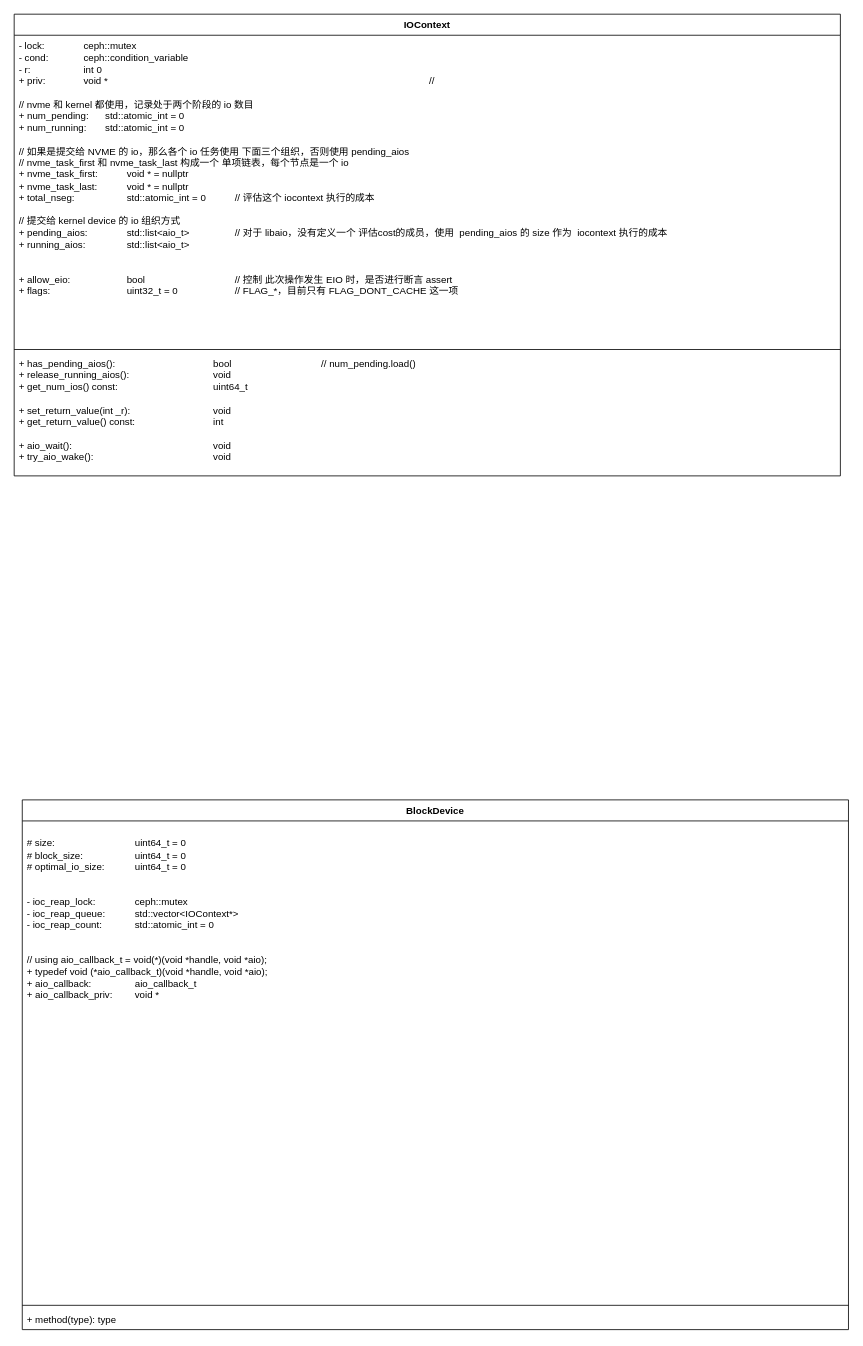
Before: BlockDevice.drawio in 1253757553/drawIO, a draw.io diagram. Source tidied: cells renumbered, new cells numbered last; positions are measured from the earlier drawing's top-left corner, leaving out a move shared by most shapes. Both pictures are drawn from the tidied source at 81%, with x=0, y=0 at pixel (14, 14).
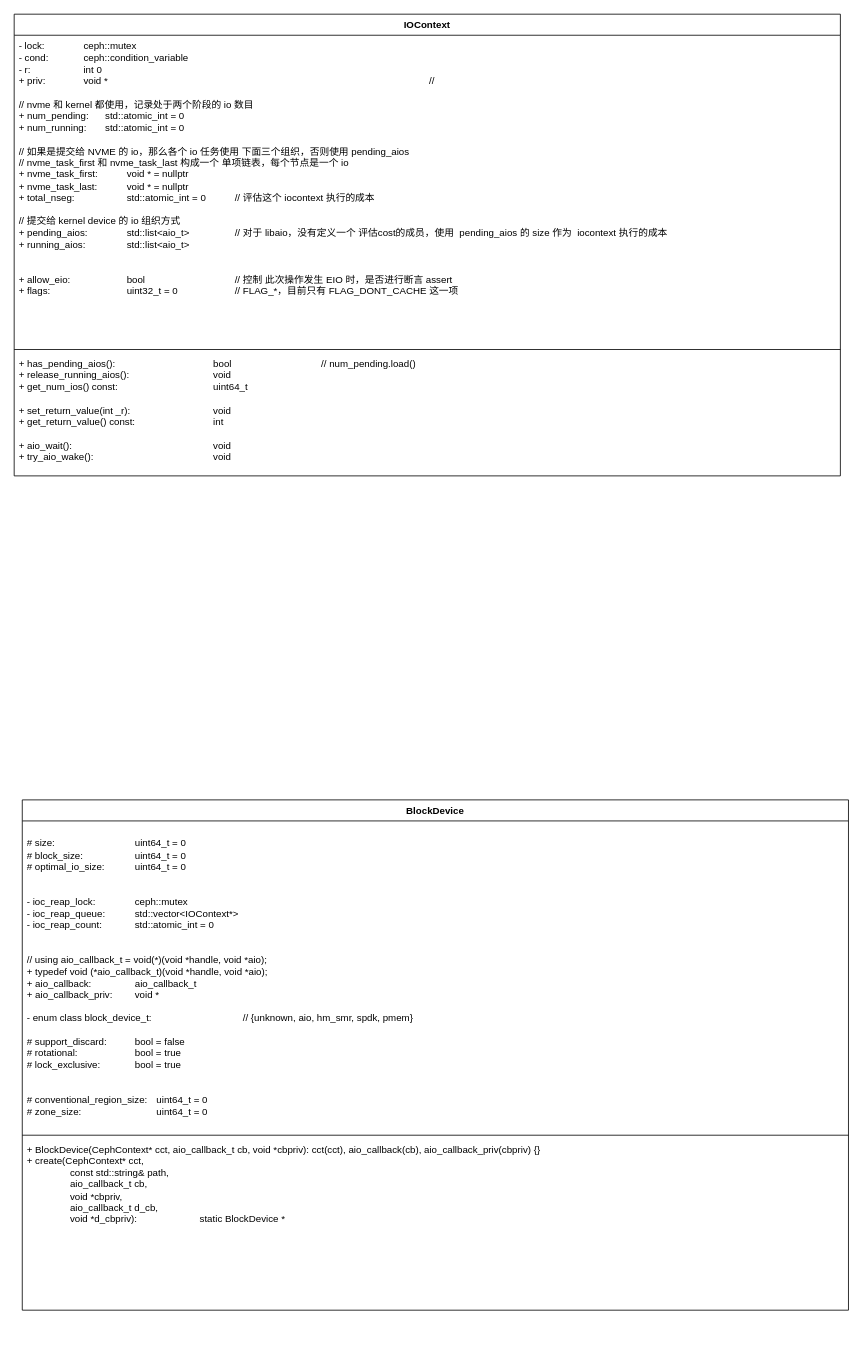
After the change.

The edit, as a diff of the source:
```diff
@@
     <mxCell id="6" value="BlockDevice" style="swimlane;fontStyle=1;align=center;verticalAlign=top;horizontal=1;startSize=26;whiteSpace=wrap;html=1;" parent="1" vertex="1">
-      <mxGeometry x="10" y="970" width="1020" height="654" as="geometry" />
+      <mxGeometry x="10" y="970" width="1020" height="630" as="geometry" />
     </mxCell>
-    <mxCell id="7" value="&lt;div&gt;&lt;br&gt;&lt;/div&gt;&lt;div&gt;&lt;div&gt;#&amp;nbsp;size:&lt;span style=&quot;white-space: pre;&quot;&gt;&#9;&lt;/span&gt;&lt;span style=&quot;white-space: pre;&quot;&gt;&#9;&lt;/span&gt;&lt;span style=&quot;white-space: pre;&quot;&gt;&#9;&lt;/span&gt;&lt;span style=&quot;white-space: pre;&quot;&gt;&#9;&lt;/span&gt;&lt;span style=&quot;background-color: initial;&quot;&gt;uint64_t = 0&lt;/span&gt;&lt;/div&gt;&lt;div&gt;&lt;span style=&quot;background-color: initial;&quot;&gt;#&amp;nbsp;&lt;/span&gt;&lt;span style=&quot;background-color: initial;&quot;&gt;block_size:&lt;span style=&quot;white-space: pre;&quot;&gt;&#9;&lt;/span&gt;&lt;span style=&quot;white-space: pre;&quot;&gt;&#9;&lt;/span&gt;&lt;span style=&quot;white-space: pre;&quot;&gt;&#9;&lt;/span&gt;&lt;/span&gt;&lt;span style=&quot;background-color: initial;&quot;&gt;uint64_t = 0&lt;/span&gt;&lt;/div&gt;&lt;div&gt;&lt;span style=&quot;background-color: initial;&quot;&gt;#&amp;nbsp;&lt;/span&gt;&lt;span style=&quot;background-color: initial;&quot;&gt;optimal_io_size:&lt;span style=&quot;white-space: pre;&quot;&gt;&#9;&lt;/span&gt;&lt;span style=&quot;white-space: pre;&quot;&gt;&#9;&lt;/span&gt;&lt;/span&gt;&lt;span style=&quot;background-color: initial;&quot;&gt;uint64_t = 0&lt;/span&gt;&lt;/div&gt;&lt;div&gt;&lt;span style=&quot;background-color: initial;&quot;&gt;&lt;br&gt;&lt;/span&gt;&lt;/div&gt;&lt;div&gt;&lt;span style=&quot;background-color: initial;&quot;&gt;&lt;br&gt;&lt;/span&gt;&lt;/div&gt;&lt;div&gt;&lt;span style=&quot;background-color: initial;&quot;&gt;-&amp;nbsp;&lt;/span&gt;&lt;span style=&quot;background-color: initial;&quot;&gt;ioc_reap_lock:&lt;span style=&quot;white-space: pre;&quot;&gt;&#9;&lt;/span&gt;&lt;span style=&quot;white-space: pre;&quot;&gt;&#9;&lt;/span&gt;&lt;/span&gt;&lt;span style=&quot;background-color: initial;&quot;&gt;ceph::mutex&lt;/span&gt;&lt;/div&gt;&lt;div&gt;&lt;span style=&quot;background-color: initial;&quot;&gt;-&amp;nbsp;&lt;/span&gt;&lt;span style=&quot;background-color: initial;&quot;&gt;ioc_reap_queue:&lt;span style=&quot;white-space: pre;&quot;&gt;&#9;&lt;/span&gt;&lt;span style=&quot;white-space: pre;&quot;&gt;&#9;&lt;/span&gt;&lt;/span&gt;&lt;span style=&quot;background-color: initial;&quot;&gt;std::vector&amp;lt;IOContext*&amp;gt;&lt;/span&gt;&lt;/div&gt;&lt;div&gt;&lt;span style=&quot;background-color: initial;&quot;&gt;-&amp;nbsp;&lt;/span&gt;&lt;span style=&quot;background-color: initial;&quot;&gt;ioc_reap_count:&lt;span style=&quot;white-space: pre;&quot;&gt;&#9;&lt;/span&gt;&lt;span style=&quot;white-space: pre;&quot;&gt;&#9;&lt;/span&gt;&lt;/span&gt;&lt;span style=&quot;background-color: initial;&quot;&gt;std::atomic_int = 0&lt;/span&gt;&lt;/div&gt;&lt;/div&gt;&lt;div&gt;&lt;span style=&quot;background-color: initial;&quot;&gt;&lt;br&gt;&lt;/span&gt;&lt;/div&gt;&lt;div&gt;&lt;span style=&quot;background-color: initial;&quot;&gt;&lt;br&gt;&lt;/span&gt;&lt;/div&gt;&lt;div&gt;&lt;div&gt;// using&amp;nbsp;&lt;span style=&quot;background-color: initial;&quot;&gt;aio_callback_t = void(*)&lt;/span&gt;&lt;span style=&quot;background-color: initial;&quot;&gt;(void *handle, void *aio);&lt;/span&gt;&lt;/div&gt;+ typedef void (*aio_callback_t)(void *handle, void *aio);&lt;div&gt;+&amp;nbsp;aio_callback:&lt;span style=&quot;white-space: pre;&quot;&gt;&#9;&lt;/span&gt;&lt;span style=&quot;white-space: pre;&quot;&gt;&#9;&lt;/span&gt;aio_callback_t&lt;/div&gt;&lt;div&gt;+&amp;nbsp;aio_callback_priv:&lt;span style=&quot;white-space: pre;&quot;&gt;&#9;&lt;/span&gt;void *&lt;/div&gt;&lt;/div&gt;" style="text;strokeColor=none;fillColor=none;align=left;verticalAlign=top;spacingLeft=4;spacingRight=4;overflow=hidden;whiteSpace=wrap;html=1;" parent="6" vertex="1">
-      <mxGeometry y="26" width="1020" height="594" as="geometry" />
+    <mxCell id="7" value="&lt;div&gt;&lt;br&gt;&lt;/div&gt;&lt;div&gt;&lt;div&gt;#&amp;nbsp;size:&lt;span style=&quot;white-space: pre;&quot;&gt;&#9;&lt;/span&gt;&lt;span style=&quot;white-space: pre;&quot;&gt;&#9;&lt;/span&gt;&lt;span style=&quot;white-space: pre;&quot;&gt;&#9;&lt;/span&gt;&lt;span style=&quot;white-space: pre;&quot;&gt;&#9;&lt;/span&gt;&lt;span style=&quot;background-color: initial;&quot;&gt;uint64_t = 0&lt;/span&gt;&lt;/div&gt;&lt;div&gt;&lt;span style=&quot;background-color: initial;&quot;&gt;#&amp;nbsp;&lt;/span&gt;&lt;span style=&quot;background-color: initial;&quot;&gt;block_size:&lt;span style=&quot;white-space: pre;&quot;&gt;&#9;&lt;/span&gt;&lt;span style=&quot;white-space: pre;&quot;&gt;&#9;&lt;/span&gt;&lt;span style=&quot;white-space: pre;&quot;&gt;&#9;&lt;/span&gt;&lt;/span&gt;&lt;span style=&quot;background-color: initial;&quot;&gt;uint64_t = 0&lt;/span&gt;&lt;/div&gt;&lt;div&gt;&lt;span style=&quot;background-color: initial;&quot;&gt;#&amp;nbsp;&lt;/span&gt;&lt;span style=&quot;background-color: initial;&quot;&gt;optimal_io_size:&lt;span style=&quot;white-space: pre;&quot;&gt;&#9;&lt;/span&gt;&lt;span style=&quot;white-space: pre;&quot;&gt;&#9;&lt;/span&gt;&lt;/span&gt;&lt;span style=&quot;background-color: initial;&quot;&gt;uint64_t = 0&lt;/span&gt;&lt;/div&gt;&lt;div&gt;&lt;span style=&quot;background-color: initial;&quot;&gt;&lt;br&gt;&lt;/span&gt;&lt;/div&gt;&lt;div&gt;&lt;span style=&quot;background-color: initial;&quot;&gt;&lt;br&gt;&lt;/span&gt;&lt;/div&gt;&lt;div&gt;&lt;span style=&quot;background-color: initial;&quot;&gt;-&amp;nbsp;&lt;/span&gt;&lt;span style=&quot;background-color: initial;&quot;&gt;ioc_reap_lock:&lt;span style=&quot;white-space: pre;&quot;&gt;&#9;&lt;/span&gt;&lt;span style=&quot;white-space: pre;&quot;&gt;&#9;&lt;/span&gt;&lt;/span&gt;&lt;span style=&quot;background-color: initial;&quot;&gt;ceph::mutex&lt;/span&gt;&lt;/div&gt;&lt;div&gt;&lt;span style=&quot;background-color: initial;&quot;&gt;-&amp;nbsp;&lt;/span&gt;&lt;span style=&quot;background-color: initial;&quot;&gt;ioc_reap_queue:&lt;span style=&quot;white-space: pre;&quot;&gt;&#9;&lt;/span&gt;&lt;span style=&quot;white-space: pre;&quot;&gt;&#9;&lt;/span&gt;&lt;/span&gt;&lt;span style=&quot;background-color: initial;&quot;&gt;std::vector&amp;lt;IOContext*&amp;gt;&lt;/span&gt;&lt;/div&gt;&lt;div&gt;&lt;span style=&quot;background-color: initial;&quot;&gt;-&amp;nbsp;&lt;/span&gt;&lt;span style=&quot;background-color: initial;&quot;&gt;ioc_reap_count:&lt;span style=&quot;white-space: pre;&quot;&gt;&#9;&lt;/span&gt;&lt;span style=&quot;white-space: pre;&quot;&gt;&#9;&lt;/span&gt;&lt;/span&gt;&lt;span style=&quot;background-color: initial;&quot;&gt;std::atomic_int = 0&lt;/span&gt;&lt;/div&gt;&lt;/div&gt;&lt;div&gt;&lt;span style=&quot;background-color: initial;&quot;&gt;&lt;br&gt;&lt;/span&gt;&lt;/div&gt;&lt;div&gt;&lt;span style=&quot;background-color: initial;&quot;&gt;&lt;br&gt;&lt;/span&gt;&lt;/div&gt;&lt;div&gt;&lt;div&gt;// using&amp;nbsp;&lt;span style=&quot;background-color: initial;&quot;&gt;aio_callback_t = void(*)&lt;/span&gt;&lt;span style=&quot;background-color: initial;&quot;&gt;(void *handle, void *aio);&lt;/span&gt;&lt;/div&gt;+ typedef void (*aio_callback_t)(void *handle, void *aio);&lt;div&gt;+&amp;nbsp;aio_callback:&lt;span style=&quot;white-space: pre;&quot;&gt;&#9;&lt;/span&gt;&lt;span style=&quot;white-space: pre;&quot;&gt;&#9;&lt;/span&gt;aio_callback_t&lt;/div&gt;&lt;div&gt;+&amp;nbsp;aio_callback_priv:&lt;span style=&quot;white-space: pre;&quot;&gt;&#9;&lt;/span&gt;void *&lt;/div&gt;&lt;/div&gt;&lt;div&gt;&lt;br&gt;&lt;/div&gt;&lt;div&gt;-&amp;nbsp;enum class block_device_t:&lt;span style=&quot;white-space: pre;&quot;&gt;&#9;&lt;/span&gt;&lt;span style=&quot;white-space: pre;&quot;&gt;&#9;&lt;/span&gt;&lt;span style=&quot;white-space: pre;&quot;&gt;&#9;&lt;/span&gt;&lt;span style=&quot;white-space: pre;&quot;&gt;&#9;&lt;/span&gt;&lt;span style=&quot;white-space: pre;&quot;&gt;&#9;&lt;/span&gt;// {unknown,&amp;nbsp;aio,&amp;nbsp;hm_smr,&amp;nbsp;spdk,&amp;nbsp;pmem}&lt;/div&gt;&lt;div&gt;&lt;br&gt;&lt;/div&gt;&lt;div&gt;#&amp;nbsp;support_discard:&lt;span style=&quot;white-space: pre;&quot;&gt;&#9;&lt;/span&gt;&lt;span style=&quot;white-space: pre;&quot;&gt;&#9;&lt;/span&gt;bool = false&lt;/div&gt;&lt;div&gt;#&amp;nbsp;rotational:&lt;span style=&quot;white-space: pre;&quot;&gt;&#9;&lt;/span&gt;&lt;span style=&quot;white-space: pre;&quot;&gt;&#9;&lt;/span&gt;&lt;span style=&quot;white-space: pre;&quot;&gt;&#9;&lt;/span&gt;bool = true&lt;/div&gt;&lt;div&gt;#&amp;nbsp;lock_exclusive:&lt;span style=&quot;white-space: pre;&quot;&gt;&#9;&lt;/span&gt;&lt;span style=&quot;white-space: pre;&quot;&gt;&#9;&lt;/span&gt;bool = true&lt;/div&gt;&lt;div&gt;&lt;br&gt;&lt;/div&gt;&lt;div&gt;&lt;br&gt;&lt;/div&gt;&lt;div&gt;#&amp;nbsp;conventional_region_size:&lt;span style=&quot;white-space: pre;&quot;&gt;&#9;&lt;/span&gt;&lt;span style=&quot;background-color: initial;&quot;&gt;uint64_t = 0&lt;/span&gt;&lt;/div&gt;&lt;div&gt;&lt;span style=&quot;background-color: initial;&quot;&gt;#&amp;nbsp;&lt;/span&gt;&lt;span style=&quot;background-color: initial;&quot;&gt;zone_size:&lt;span style=&quot;white-space: pre;&quot;&gt;&#9;&lt;/span&gt;&lt;span style=&quot;white-space: pre;&quot;&gt;&#9;&lt;/span&gt;&lt;span style=&quot;white-space: pre;&quot;&gt;&#9;&lt;/span&gt;&lt;span style=&quot;white-space: pre;&quot;&gt;&#9;&lt;/span&gt;&lt;/span&gt;&lt;span style=&quot;background-color: initial;&quot;&gt;uint64_t = 0&lt;/span&gt;&lt;/div&gt;" style="text;strokeColor=none;fillColor=none;align=left;verticalAlign=top;spacingLeft=4;spacingRight=4;overflow=hidden;whiteSpace=wrap;html=1;" parent="6" vertex="1">
+      <mxGeometry y="26" width="1020" height="384" as="geometry" />
     </mxCell>
     <mxCell id="8" style="line;strokeWidth=1;fillColor=none;align=left;verticalAlign=middle;spacingTop=-1;spacingLeft=3;spacingRight=3;labelPosition=right;strokeColor=inherit;" parent="6" vertex="1">
-      <mxGeometry y="620" width="1020" height="8" as="geometry" />
+      <mxGeometry y="410" width="1020" height="8" as="geometry" />
     </mxCell>
-    <mxCell id="9" value="+ method(type): type" style="text;strokeColor=none;fillColor=none;align=left;verticalAlign=top;spacingLeft=4;spacingRight=4;overflow=hidden;whiteSpace=wrap;html=1;" parent="6" vertex="1">
-      <mxGeometry y="628" width="1020" height="26" as="geometry" />
+    <mxCell id="9" value="+ BlockDevice(CephContext* cct, aio_callback_t cb, void *cbpriv):&amp;nbsp;cct(cct),&amp;nbsp;aio_callback(cb),&amp;nbsp;aio_callback_priv(cbpriv) {}&lt;div&gt;+&amp;nbsp;&lt;span style=&quot;background-color: initial;&quot;&gt;create(&lt;/span&gt;&lt;span style=&quot;background-color: initial;&quot;&gt;CephContext* cct,&amp;nbsp;&lt;/span&gt;&lt;/div&gt;&lt;div&gt;&lt;span style=&quot;background-color: initial;&quot;&gt;&lt;span style=&quot;white-space: pre;&quot;&gt;&#9;&lt;/span&gt;&lt;span style=&quot;white-space: pre;&quot;&gt;&#9;&lt;/span&gt;const std::string&amp;amp; path,&amp;nbsp;&lt;/span&gt;&lt;/div&gt;&lt;div&gt;&lt;span style=&quot;background-color: initial;&quot;&gt;&lt;span style=&quot;white-space: pre;&quot;&gt;&#9;&lt;/span&gt;&lt;span style=&quot;white-space: pre;&quot;&gt;&#9;&lt;/span&gt;aio_callback_t cb,&amp;nbsp;&lt;/span&gt;&lt;/div&gt;&lt;div&gt;&lt;span style=&quot;background-color: initial;&quot;&gt;&lt;span style=&quot;white-space: pre;&quot;&gt;&#9;&lt;/span&gt;&lt;span style=&quot;white-space: pre;&quot;&gt;&#9;&lt;/span&gt;void *cbpriv,&amp;nbsp;&lt;/span&gt;&lt;/div&gt;&lt;div&gt;&lt;span style=&quot;background-color: initial;&quot;&gt;&lt;span style=&quot;white-space: pre;&quot;&gt;&#9;&lt;/span&gt;&lt;span style=&quot;white-space: pre;&quot;&gt;&#9;&lt;/span&gt;aio_callback_t d_cb,&amp;nbsp;&lt;/span&gt;&lt;/div&gt;&lt;div&gt;&lt;span style=&quot;background-color: initial;&quot;&gt;&lt;span style=&quot;white-space: pre;&quot;&gt;&#9;&lt;/span&gt;&lt;span style=&quot;white-space: pre;&quot;&gt;&#9;&lt;/span&gt;void *d_cbpriv):&lt;span style=&quot;white-space: pre;&quot;&gt;&#9;&lt;/span&gt;&lt;span style=&quot;white-space: pre;&quot;&gt;&#9;&lt;/span&gt;&lt;span style=&quot;white-space: pre;&quot;&gt;&#9;&lt;/span&gt;&lt;/span&gt;&lt;span style=&quot;background-color: initial;&quot;&gt;static BlockDevice *&lt;/span&gt;&lt;/div&gt;" style="text;strokeColor=none;fillColor=none;align=left;verticalAlign=top;spacingLeft=4;spacingRight=4;overflow=hidden;whiteSpace=wrap;html=1;" parent="6" vertex="1">
+      <mxGeometry y="418" width="1020" height="212" as="geometry" />
     </mxCell>
```
